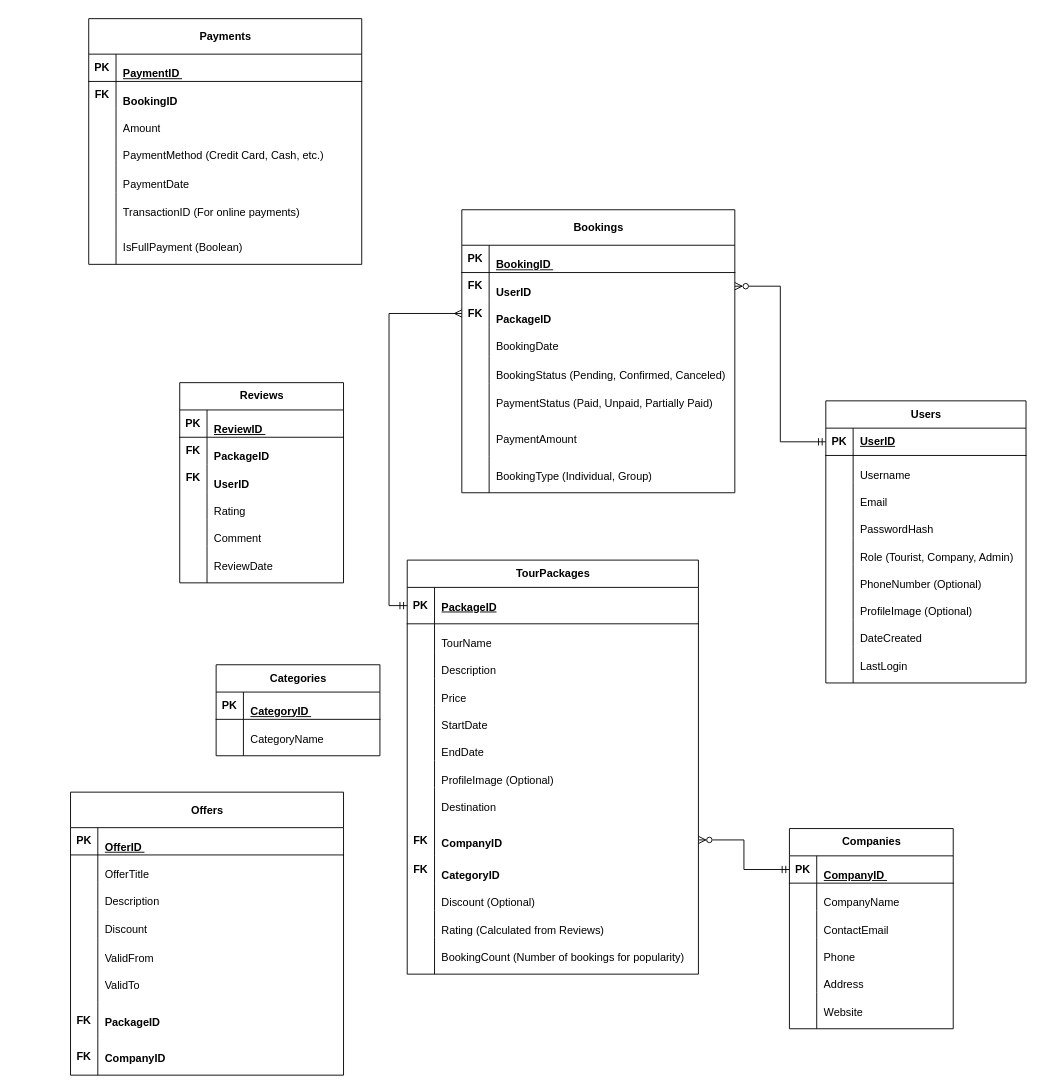
The draw.io diagram JoStay Rschema.drawio in aminjaiuossi/JoStay-Project, before the edit. Source tidied: cells renumbered, new cells numbered last; positions are measured from the earlier drawing's top-left corner, leaving out a move shared by most shapes. Both pictures are drawn from the tidied source at 91%, with x=0, y=0 at pixel (70, 18).
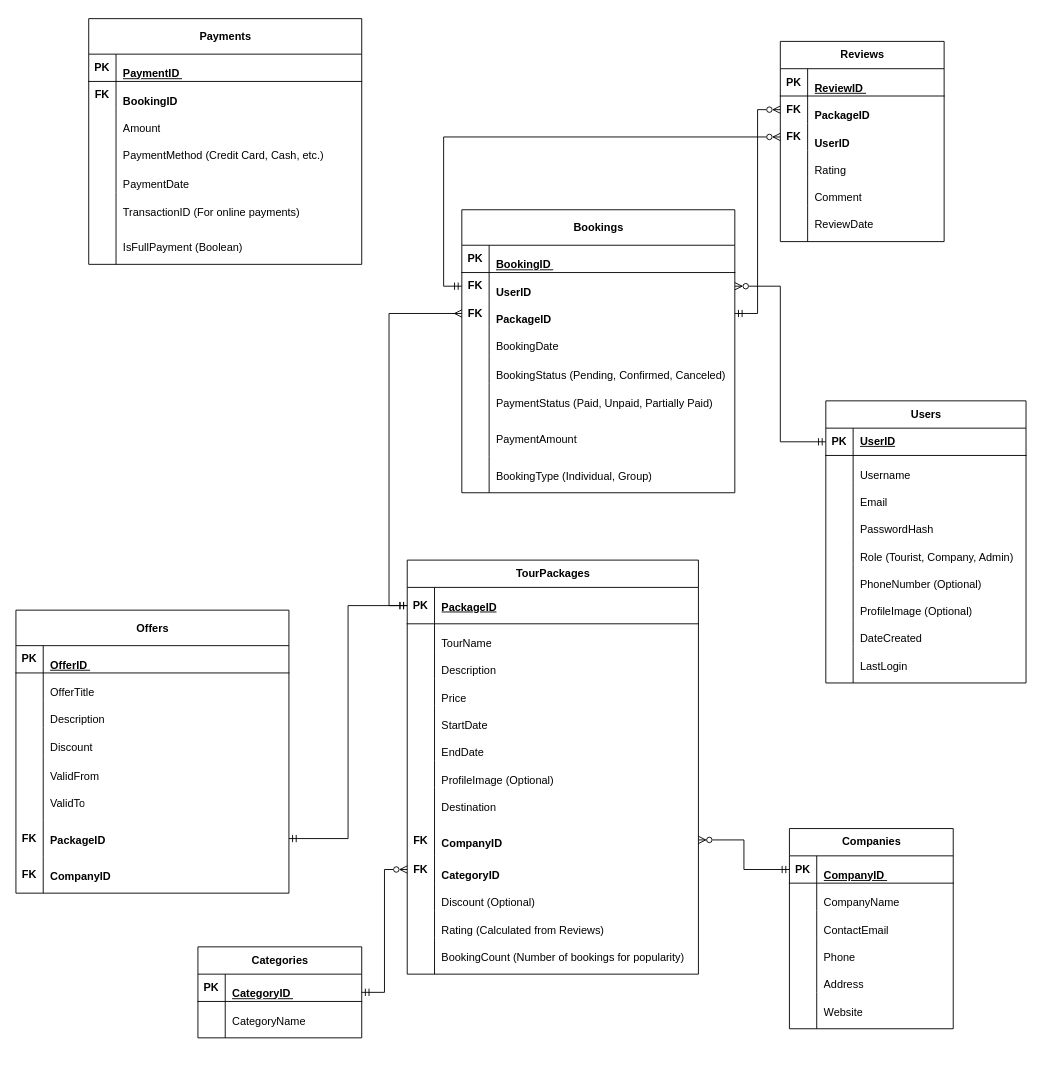
Above is the later version.

Unchanged cells that the change refers to:
```xml
<mxCell id="31" style="shape=tableRow;horizontal=0;startSize=0;swimlaneHead=0;swimlaneBody=0;fillColor=none;points=[[0,0.5],[1,0.5]];portConstraint=eastwest;top=0;left=0;right=0;bottom=1;" parent="30" vertex="1">
  <mxGeometry y="30" width="320" height="40" as="geometry" />
</mxCell>
<mxCell id="58" style="shape=tableRow;horizontal=0;startSize=0;swimlaneHead=0;swimlaneBody=0;fillColor=none;points=[[0,0.5],[1,0.5]];portConstraint=eastwest;top=0;left=0;right=0;bottom=0;" parent="30" vertex="1">
  <mxGeometry y="325" width="320" height="30" as="geometry" />
</mxCell>
<mxCell id="100" style="shape=tableRow;horizontal=0;startSize=0;swimlaneHead=0;swimlaneBody=0;fillColor=none;points=[[0,0.5],[1,0.5]];portConstraint=eastwest;top=0;left=0;right=0;bottom=0;" parent="96" vertex="1">
  <mxGeometry y="69" width="300" height="30" as="geometry" />
</mxCell>
<mxCell id="103" style="shape=tableRow;horizontal=0;startSize=0;swimlaneHead=0;swimlaneBody=0;fillColor=none;points=[[0,0.5],[1,0.5]];portConstraint=eastwest;top=0;left=0;right=0;bottom=0;" parent="96" vertex="1">
  <mxGeometry y="99" width="300" height="30" as="geometry" />
</mxCell>
<mxCell id="147" style="shape=tableRow;horizontal=0;startSize=0;swimlaneHead=0;swimlaneBody=0;fillColor=none;points=[[0,0.5],[1,0.5]];portConstraint=eastwest;top=0;left=0;right=0;bottom=0;" parent="143" vertex="1">
  <mxGeometry y="60" width="180" height="30" as="geometry" />
</mxCell>
<mxCell id="150" style="shape=tableRow;horizontal=0;startSize=0;swimlaneHead=0;swimlaneBody=0;fillColor=none;points=[[0,0.5],[1,0.5]];portConstraint=eastwest;top=0;left=0;right=0;bottom=0;" parent="143" vertex="1">
  <mxGeometry y="90" width="180" height="30" as="geometry" />
</mxCell>
<mxCell id="181" style="shape=tableRow;horizontal=0;startSize=0;swimlaneHead=0;swimlaneBody=0;fillColor=none;points=[[0,0.5],[1,0.5]];portConstraint=eastwest;top=0;left=0;right=0;bottom=0;" parent="162" vertex="1">
  <mxGeometry y="231" width="300" height="40" as="geometry" />
</mxCell>
```

Diff of the diagram source:
```diff
@@
     <mxCell id="70" value="&lt;h4&gt;&lt;strong&gt;Categories&lt;/strong&gt;&lt;/h4&gt;" style="shape=table;startSize=30;childLayout=tableLayout;rowLines=0;fontStyle=1;align=center;html=1;" parent="1" vertex="1">
-      <mxGeometry x="160" y="710" width="180" height="100" as="geometry" />
+      <mxGeometry x="140" y="1020" width="180" height="100" as="geometry" />
     </mxCell>
@@
     <mxCell id="143" value="&lt;h4&gt;&lt;strong&gt;Reviews&lt;/strong&gt;&lt;/h4&gt;" style="shape=table;startSize=30;childLayout=tableLayout;rowLines=0;fontStyle=1;align=center;html=1;" parent="1" vertex="1">
-      <mxGeometry x="120" y="400" width="180" height="220" as="geometry" />
+      <mxGeometry x="780" y="25" width="180" height="220" as="geometry" />
     </mxCell>
@@
     <mxCell id="162" value="&lt;h4&gt;&lt;strong&gt;Offers&lt;/strong&gt;&lt;/h4&gt;" style="shape=table;startSize=39;childLayout=tableLayout;rowLines=0;fontStyle=1;align=center;html=1;" parent="1" vertex="1">
-      <mxGeometry y="850" width="300" height="311" as="geometry" />
+      <mxGeometry x="-60" y="650" width="300" height="311" as="geometry" />
     </mxCell>
@@
+    <mxCell id="190" style="edgeStyle=orthogonalEdgeStyle;rounded=0;jettySize=auto;html=1;entryX=0;entryY=0.5;entryDx=0;entryDy=0;startArrow=ERmandOne;startFill=0;endArrow=ERzeroToMany;endFill=0;" parent="1" edge="1" source="103" target="147">
+      <mxGeometry relative="1" as="geometry" />
+    </mxCell>
+    <mxCell id="191" style="edgeStyle=orthogonalEdgeStyle;rounded=0;jettySize=auto;html=1;exitX=0;exitY=0.5;exitDx=0;exitDy=0;entryX=0;entryY=0.5;entryDx=0;entryDy=0;startArrow=ERmandOne;startFill=0;endArrow=ERzeroToMany;endFill=0;" parent="1" edge="1" source="100" target="150">
+      <mxGeometry relative="1" as="geometry" />
+    </mxCell>
+    <mxCell id="192" style="edgeStyle=orthogonalEdgeStyle;rounded=0;jettySize=auto;html=1;entryX=1;entryY=0.5;entryDx=0;entryDy=0;startArrow=ERzeroToMany;startFill=0;endArrow=ERmandOne;endFill=0;" parent="1" edge="1" source="58" target="70">
+      <mxGeometry relative="1" as="geometry" />
+    </mxCell>
+    <mxCell id="193" style="edgeStyle=orthogonalEdgeStyle;rounded=0;jettySize=auto;html=1;entryX=0;entryY=0.5;entryDx=0;entryDy=0;endArrow=ERmandOne;endFill=0;startArrow=ERmandOne;startFill=0;" parent="1" edge="1" source="181" target="31">
+      <mxGeometry relative="1" as="geometry" />
+    </mxCell>
```
